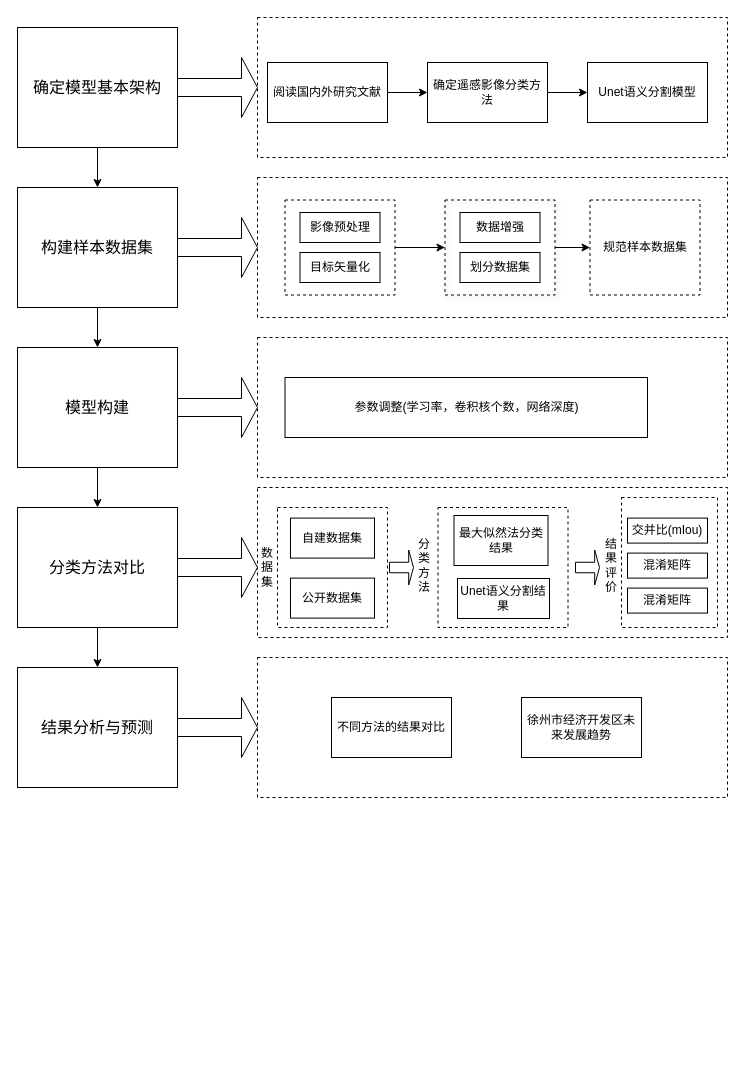
Above: 流程图.drawio in postgraduate1/Unet (draw.io), before the change. Source tidied: cells renumbered, new cells numbered last; positions are measured from the earlier drawing's top-left corner, leaving out a move shared by most shapes. Both pictures are drawn from the tidied source at 100%, with x=0, y=0 at pixel (17, 17).
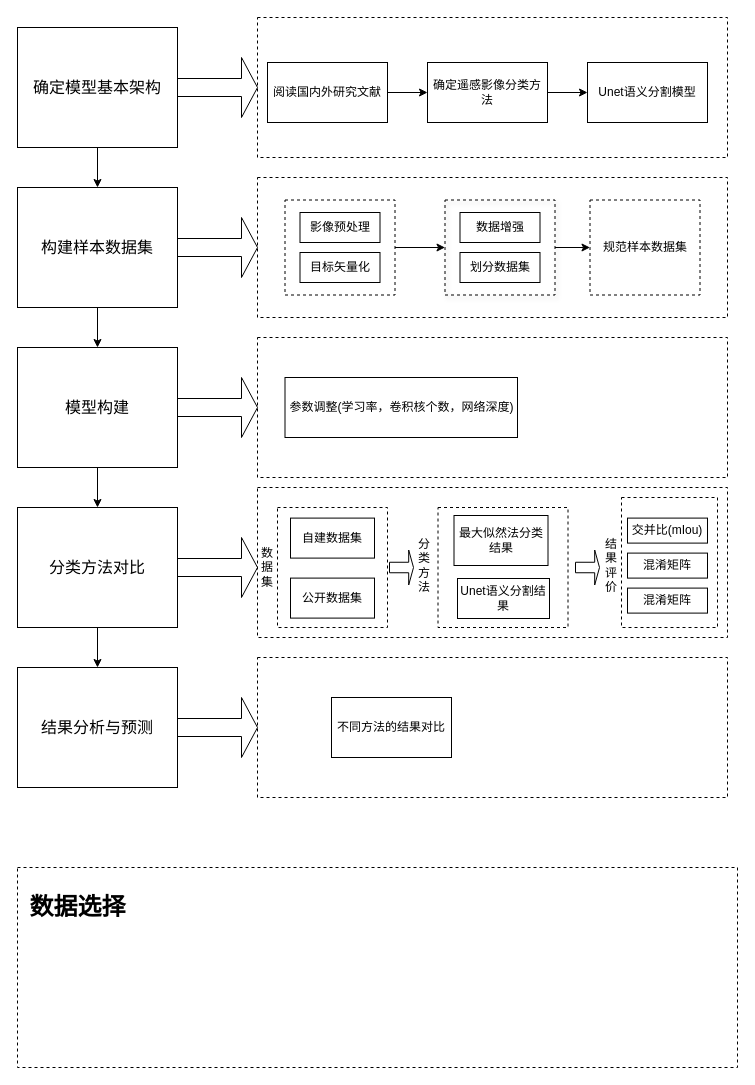
The same diagram, later.

Commit message:
更新流程图.drawio

What changed in the source:
```diff
@@
-    <mxCell id="51" value="徐州市经济开发区未来发展趋势" style="rounded=0;whiteSpace=wrap;html=1;fillColor=none;" parent="1" vertex="1">
-      <mxGeometry x="504" y="680" width="120" height="60" as="geometry" />
-    </mxCell>
     <mxCell id="52" value="参数调整(学习率，卷积核个数，网络深度)" style="rounded=0;whiteSpace=wrap;html=1;fillColor=none;" parent="1" vertex="1">
-      <mxGeometry x="267.5" y="360" width="362.5" height="60" as="geometry" />
+      <mxGeometry x="267.5" y="360" width="232.5" height="60" as="geometry" />
     </mxCell>
+    <mxCell id="53" style="rounded=0;whiteSpace=wrap;html=1;dashed=1;fillColor=none;" parent="1" vertex="1">
+      <mxGeometry y="850" width="720" height="200" as="geometry" />
+    </mxCell>
+    <mxCell id="54" value="数据选择" style="text;strokeColor=none;fillColor=none;html=1;fontSize=24;fontStyle=1;verticalAlign=middle;align=center;" parent="1" vertex="1">
+      <mxGeometry y="850" width="120" height="80" as="geometry" />
+    </mxCell>
```
